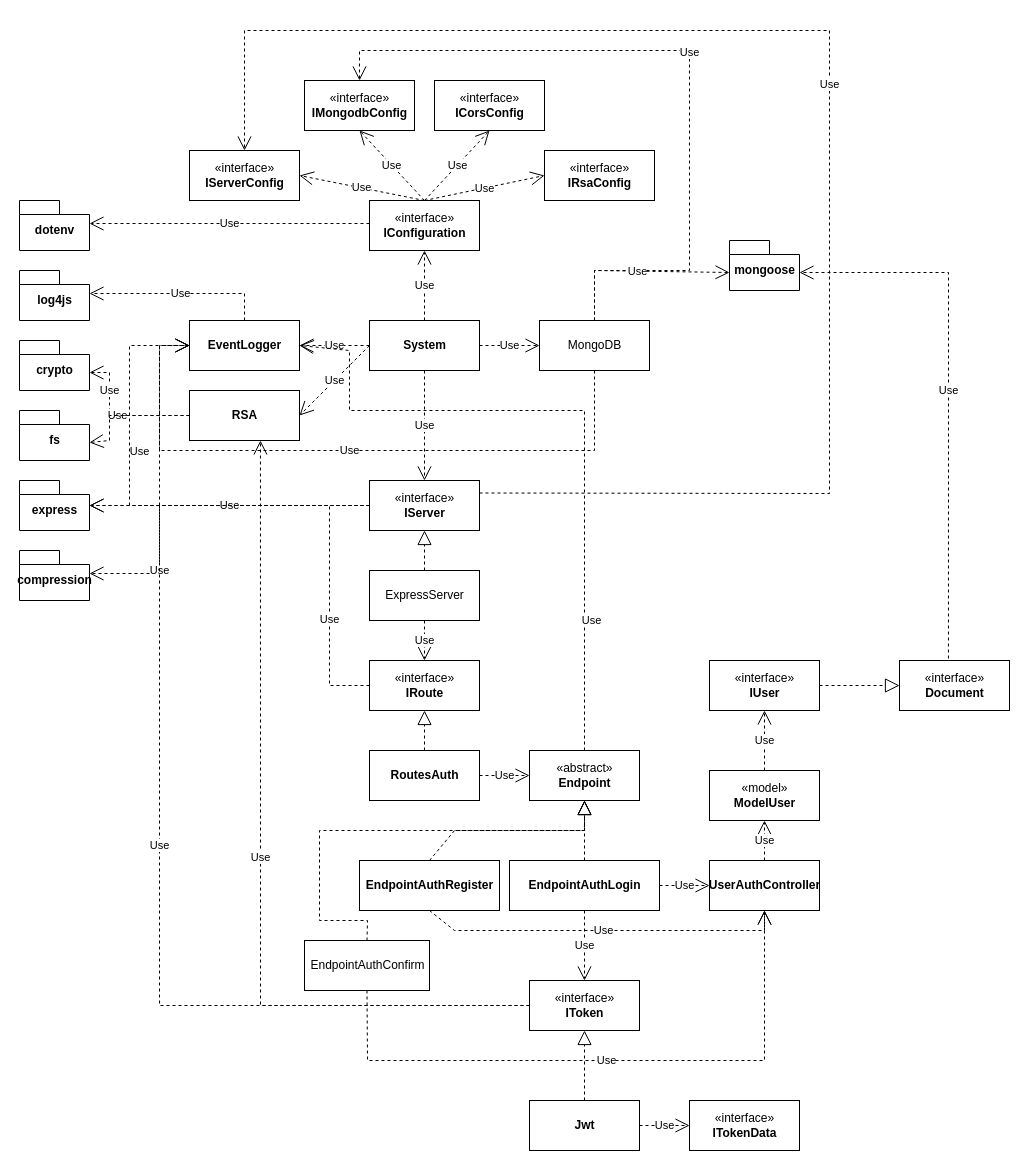
Before: api-docs/draw.io/architecture.drawio in syr0s/todo-backend, a draw.io diagram. Source tidied: cells renumbered, new cells numbered last; positions are measured from the earlier drawing's top-left corner, leaving out a move shared by most shapes. Both pictures are drawn from the tidied source at 100%, with x=0, y=0 at pixel (19, 30).
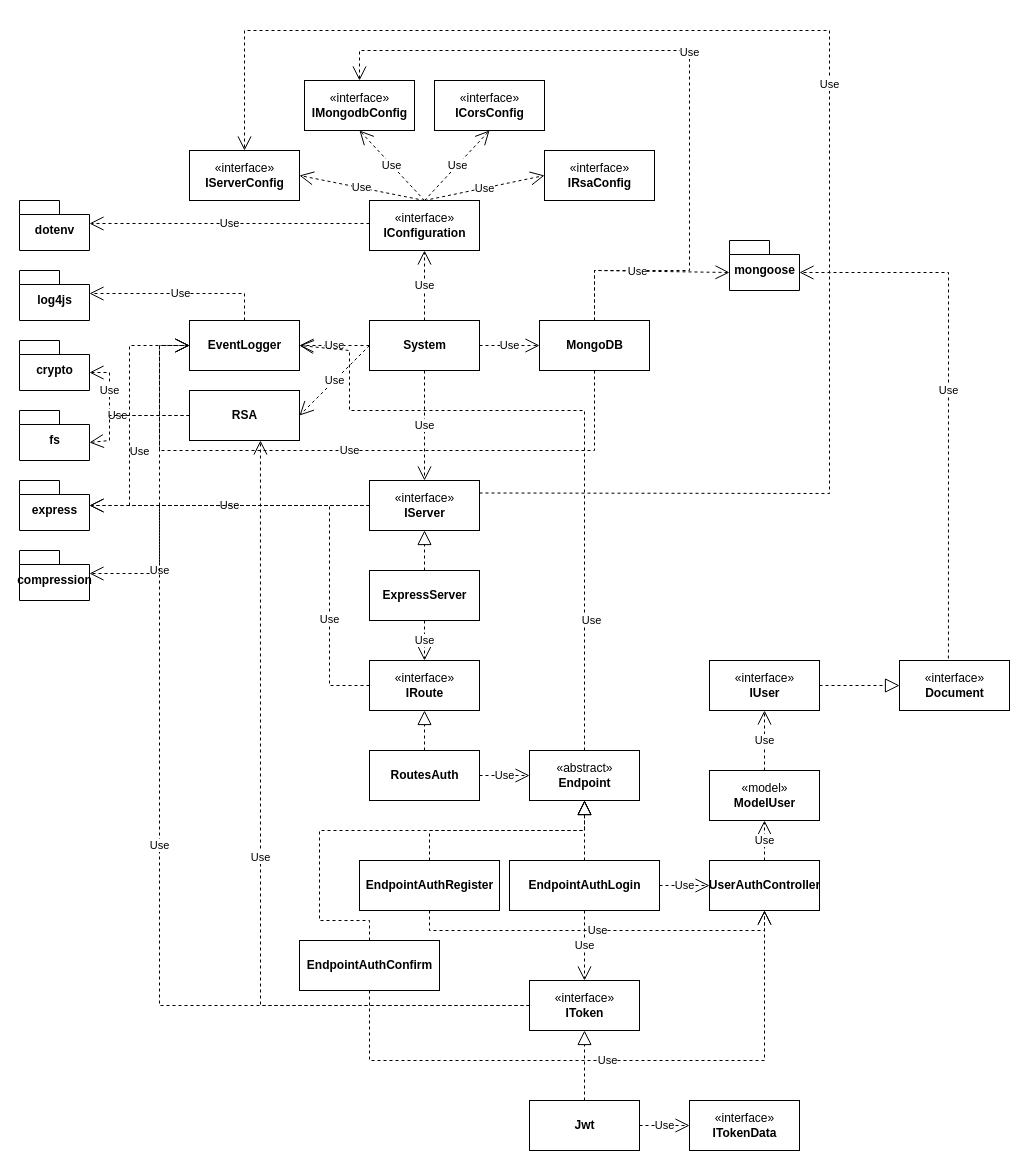
The same diagram, later.

Commit message (it also covers changes not shown here):
feat: :construction: basic todo data structure

Unchanged cells that the change refers to:
```xml
<mxCell id="46" value="«abstract»&lt;br&gt;&lt;b&gt;Endpoint&lt;/b&gt;" style="html=1;" parent="1" vertex="1">
  <mxGeometry x="510" y="720" width="110" height="50" as="geometry" />
</mxCell>
<mxCell id="50" value="EndpointAuthRegister" style="html=1;fontStyle=1;" parent="1" vertex="1">
  <mxGeometry x="340" y="830" width="140" height="50" as="geometry" />
</mxCell>
<mxCell id="53" value="UserAuthController" style="html=1;fontStyle=1;" parent="1" vertex="1">
  <mxGeometry x="690" y="830" width="110" height="50" as="geometry" />
</mxCell>
```

What changed in the source:
```diff
@@
-    <mxCell id="17" value="MongoDB" style="html=1;" parent="1" vertex="1">
+    <mxCell id="17" value="MongoDB" style="html=1;fontStyle=1;" parent="1" vertex="1">
       <mxGeometry x="520" y="290" width="110" height="50" as="geometry" />
     </mxCell>
@@
-    <mxCell id="23" value="ExpressServer" style="html=1;" parent="1" vertex="1">
+    <mxCell id="23" value="ExpressServer" style="html=1;fontStyle=1;" parent="1" vertex="1">
       <mxGeometry x="350" y="540" width="110" height="50" as="geometry" />
     </mxCell>
@@
     <mxCell id="51" style="endArrow=block;dashed=1;endFill=0;endSize=12;html=1;rounded=0;exitX=0.5;exitY=0;exitDx=0;exitDy=0;entryX=0.5;entryY=1;entryDx=0;entryDy=0;" parent="1" edge="1" source="50" target="46">
       <mxGeometry relative="1" as="geometry">
         <Array as="points">
-          <mxPoint x="435" y="800" />
+          <mxPoint x="410" y="800" />
           <mxPoint x="565" y="800" />
         </Array>
       </mxGeometry>
     </mxCell>
@@
     <mxCell id="70" value="Use" style="endArrow=open;endSize=12;dashed=1;html=1;rounded=0;exitX=0.5;exitY=1;exitDx=0;exitDy=0;entryX=0.5;entryY=1;entryDx=0;entryDy=0;" parent="1" edge="1" source="50" target="53">
       <mxGeometry relative="1" as="geometry">
         <Array as="points">
-          <mxPoint x="435" y="900" />
+          <mxPoint x="410" y="900" />
           <mxPoint x="745" y="900" />
         </Array>
       </mxGeometry>
     </mxCell>
-    <mxCell id="71" value="EndpointAuthConfirm" style="html=1;" parent="1" vertex="1">
-      <mxGeometry x="285" y="910" width="125" height="50" as="geometry" />
+    <mxCell id="71" value="EndpointAuthConfirm" style="html=1;fontStyle=1;" parent="1" vertex="1">
+      <mxGeometry x="280" y="910" width="140" height="50" as="geometry" />
     </mxCell>
     <mxCell id="72" value="Use" style="endArrow=open;endSize=12;dashed=1;html=1;rounded=0;exitX=0.5;exitY=1;exitDx=0;exitDy=0;entryX=0.5;entryY=1;entryDx=0;entryDy=0;" parent="1" edge="1" source="71" target="53">
       <mxGeometry relative="1" as="geometry">
         <Array as="points">
-          <mxPoint x="348" y="1030" />
+          <mxPoint x="350" y="1030" />
           <mxPoint x="745" y="1030" />
         </Array>
       </mxGeometry>
     </mxCell>
     <mxCell id="73" style="endArrow=block;dashed=1;endFill=0;endSize=12;html=1;rounded=0;exitX=0.5;exitY=0;exitDx=0;exitDy=0;entryX=0.5;entryY=1;entryDx=0;entryDy=0;" parent="1" edge="1" source="71" target="46">
       <mxGeometry relative="1" as="geometry">
         <Array as="points">
-          <mxPoint x="348" y="890" />
+          <mxPoint x="350" y="890" />
           <mxPoint x="300" y="890" />
           <mxPoint x="300" y="800" />
           <mxPoint x="565" y="800" />
         </Array>
       </mxGeometry>
     </mxCell>
```
